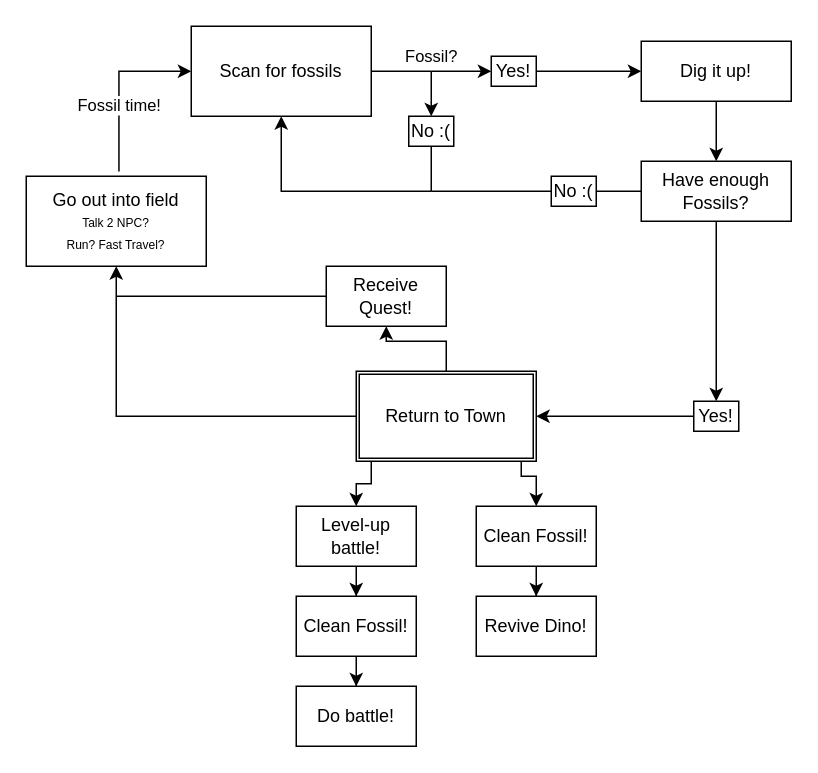
The draw.io diagram ffe.drawio in Fraxo/drawioflowcharts, before the edit. Source tidied: cells renumbered, new cells numbered last; positions are measured from the earlier drawing's top-left corner, leaving out a move shared by most shapes. Both pictures are drawn from the tidied source at 150%, with x=0, y=0 at pixel (26, 26).
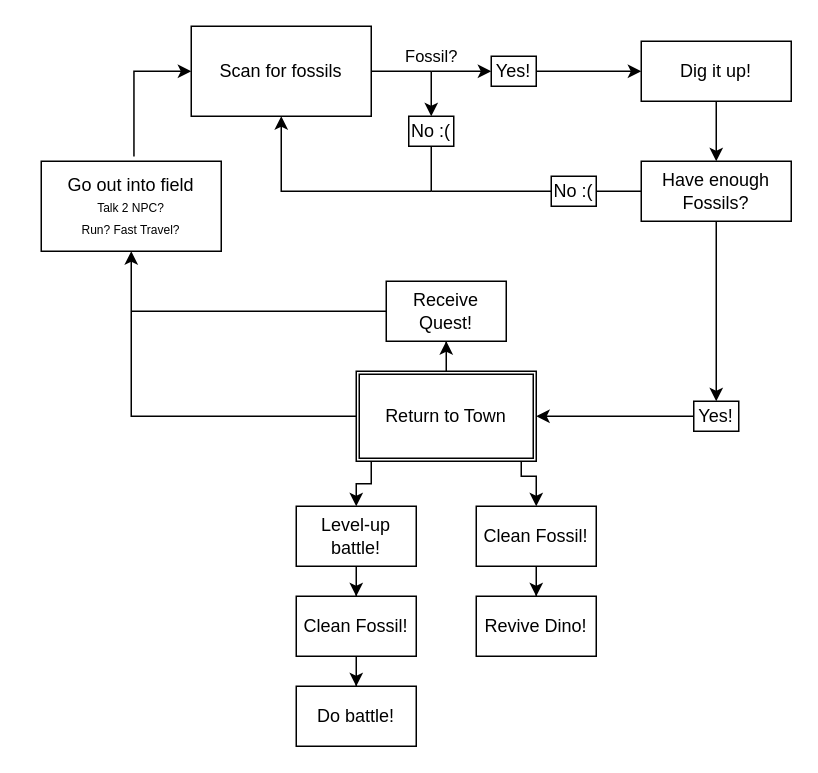
After the change.

Unchanged cells that the change refers to:
```xml
<mxCell id="4" value="Scan for fossils" style="rounded=0;whiteSpace=wrap;html=1;" parent="1" vertex="1">
  <mxGeometry x="110" width="120" height="60" as="geometry" />
</mxCell>
```

Diff of the diagram source:
```diff
@@
-    <mxCell id="2" value="Fossil time!" style="edgeStyle=orthogonalEdgeStyle;rounded=0;jettySize=auto;html=1;entryX=0;entryY=0.5;entryDx=0;entryDy=0;exitX=0.515;exitY=-0.052;exitDx=0;exitDy=0;exitPerimeter=0;" parent="1" edge="1" source="3" target="4">
+    <mxCell id="2" style="edgeStyle=orthogonalEdgeStyle;rounded=0;jettySize=auto;html=1;entryX=0;entryY=0.5;entryDx=0;entryDy=0;exitX=0.515;exitY=-0.052;exitDx=0;exitDy=0;exitPerimeter=0;" parent="1" edge="1" source="3" target="4">
       <mxGeometry x="-0.24" relative="1" as="geometry" />
     </mxCell>
     <mxCell id="3" value="Go out into field&lt;div&gt;&lt;font style=&quot;font-size: 8px;&quot;&gt;Talk 2 NPC?&lt;/font&gt;&lt;/div&gt;&lt;div&gt;&lt;font style=&quot;font-size: 8px;&quot;&gt;Run? Fast Travel?&lt;/font&gt;&lt;/div&gt;" style="rounded=0;whiteSpace=wrap;html=1;" parent="1" vertex="1">
-      <mxGeometry y="100" width="120" height="60" as="geometry" />
+      <mxGeometry x="10" y="90" width="120" height="60" as="geometry" />
     </mxCell>
@@
     <mxCell id="37" style="edgeStyle=orthogonalEdgeStyle;rounded=0;jettySize=auto;html=1;endArrow=none;endFill=0;" parent="1" edge="1" source="38">
       <mxGeometry relative="1" as="geometry">
-        <mxPoint x="60" y="180" as="targetPoint" />
+        <mxPoint x="70" y="190" as="targetPoint" />
       </mxGeometry>
     </mxCell>
     <mxCell id="38" value="Receive Quest!" style="rounded=0;whiteSpace=wrap;html=1;" parent="1" vertex="1">
-      <mxGeometry x="200" y="160" width="80" height="40" as="geometry" />
+      <mxGeometry x="240" y="170" width="80" height="40" as="geometry" />
     </mxCell>
```
